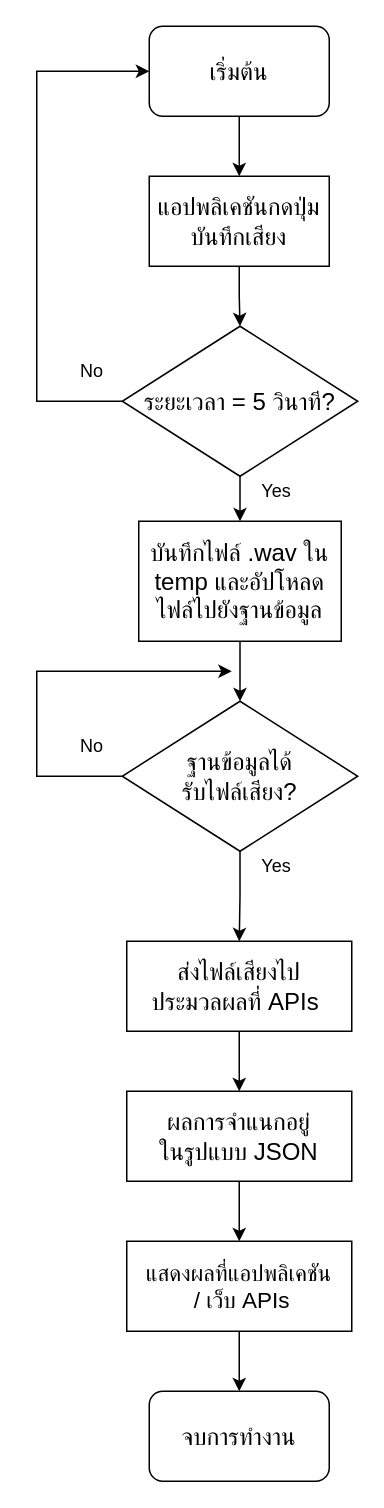
The draw.io diagram app_flow.drawio in KENGKKUN/test_python, before the edit. Source tidied: cells renumbered, new cells numbered last; positions are measured from the earlier drawing's top-left corner, leaving out a move shared by most shapes. Both pictures are drawn from the tidied source at 150%, with x=0, y=0 at pixel (36, 26).
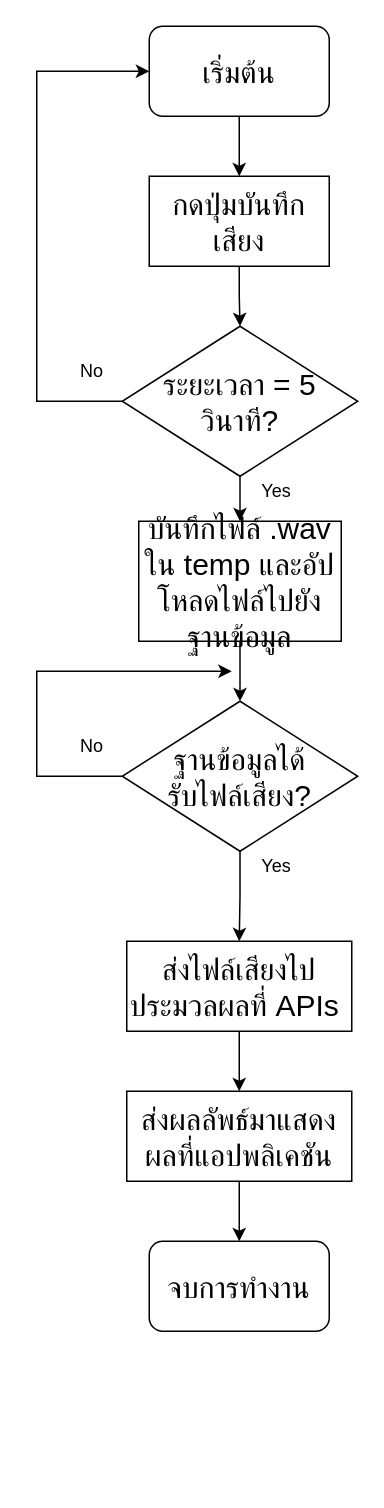
The same page after the edit.

Diff of the diagram source:
```diff
@@
-    <mxCell id="3" value="&lt;font face=&quot;TH Sarabun New&quot; style=&quot;font-size: 16px&quot;&gt;เริ่มต้น&lt;/font&gt;" style="rounded=1;whiteSpace=wrap;html=1;" parent="1" vertex="1">
+    <mxCell id="3" value="&lt;font face=&quot;TH Sarabun New&quot; style=&quot;font-size: 20px&quot;&gt;เริ่มต้น&lt;/font&gt;" style="rounded=1;whiteSpace=wrap;html=1;" parent="1" vertex="1">
       <mxGeometry x="75" width="120" height="60" as="geometry" />
     </mxCell>
@@
-    <mxCell id="5" value="&lt;font face=&quot;TH Sarabun New&quot; style=&quot;font-size: 16px&quot;&gt;แอปพลิเคชันกดปุ่มบันทึกเสียง&lt;/font&gt;" style="rounded=0;whiteSpace=wrap;html=1;" parent="1" vertex="1">
+    <mxCell id="5" value="&lt;font face=&quot;TH Sarabun New&quot; style=&quot;font-size: 20px&quot;&gt;กดปุ่มบันทึกเสียง&lt;/font&gt;" style="rounded=0;whiteSpace=wrap;html=1;" parent="1" vertex="1">
       <mxGeometry x="75" y="100" width="120" height="60" as="geometry" />
     </mxCell>
@@
-    <mxCell id="8" value="&lt;font face=&quot;TH Sarabun New&quot; style=&quot;font-size: 16px&quot;&gt;ระยะเวลา = 5 วินาที?&lt;/font&gt;" style="rhombus;whiteSpace=wrap;html=1;" parent="1" vertex="1">
+    <mxCell id="8" value="&lt;font face=&quot;TH Sarabun New&quot; style=&quot;font-size: 20px&quot;&gt;ระยะเวลา = 5 วินาที?&lt;/font&gt;" style="rhombus;whiteSpace=wrap;html=1;" parent="1" vertex="1">
       <mxGeometry x="57" y="200" width="157" height="100" as="geometry" />
     </mxCell>
@@
-    <mxCell id="11" value="&lt;span style=&quot;font-family: &amp;#34;th sarabun new&amp;#34;&quot;&gt;&lt;font style=&quot;font-size: 16px&quot;&gt;บันทึกไฟล์ .wav ใน temp และอัปโหลดไฟล์ไปยังฐานข้อมูล&lt;/font&gt;&lt;/span&gt;" style="rounded=0;whiteSpace=wrap;html=1;" parent="1" vertex="1">
+    <mxCell id="11" value="&lt;span style=&quot;font-family: &amp;#34;th sarabun new&amp;#34;&quot;&gt;&lt;font style=&quot;font-size: 20px&quot;&gt;บันทึกไฟล์ .wav ใน temp และอัปโหลดไฟล์ไปยังฐานข้อมูล&lt;/font&gt;&lt;/span&gt;" style="rounded=0;whiteSpace=wrap;html=1;" parent="1" vertex="1">
       <mxGeometry x="68" y="330" width="135" height="80" as="geometry" />
     </mxCell>
@@
-    <mxCell id="15" value="&lt;font face=&quot;TH Sarabun New&quot; style=&quot;font-size: 16px&quot;&gt;ฐานข้อมูลได้&lt;br&gt;รับไฟล์เสียง?&lt;/font&gt;" style="rhombus;whiteSpace=wrap;html=1;" parent="1" vertex="1">
+    <mxCell id="15" value="&lt;font face=&quot;TH Sarabun New&quot; style=&quot;font-size: 20px&quot;&gt;ฐานข้อมูลได้&lt;br&gt;รับไฟล์เสียง?&lt;/font&gt;" style="rhombus;whiteSpace=wrap;html=1;" parent="1" vertex="1">
       <mxGeometry x="57" y="450" width="157" height="100" as="geometry" />
     </mxCell>
@@
-    <mxCell id="18" style="edgeStyle=orthogonalEdgeStyle;rounded=0;jettySize=auto;html=1;exitX=0.5;exitY=1;exitDx=0;exitDy=0;entryX=0.5;entryY=0;entryDx=0;entryDy=0;" parent="1" edge="1" source="19" target="21">
-      <mxGeometry relative="1" as="geometry" />
+    <mxCell id="18" style="edgeStyle=orthogonalEdgeStyle;rounded=0;jettySize=auto;html=1;exitX=0.5;exitY=1;exitDx=0;exitDy=0;entryX=0.5;entryY=0;entryDx=0;entryDy=0;" parent="1" edge="1" source="19">
+      <mxGeometry relative="1" as="geometry">
+        <mxPoint x="135" y="710" as="targetPoint" />
+      </mxGeometry>
     </mxCell>
-    <mxCell id="19" value="&lt;font face=&quot;TH Sarabun New&quot; style=&quot;font-size: 16px&quot;&gt;ส่งไฟล์เสียงไป&lt;br&gt;ประมวลผลที่ APIs&amp;nbsp;&lt;/font&gt;" style="rounded=0;whiteSpace=wrap;html=1;" parent="1" vertex="1">
+    <mxCell id="19" value="&lt;font face=&quot;TH Sarabun New&quot; style=&quot;font-size: 20px&quot;&gt;ส่งไฟล์เสียงไป&lt;br&gt;ประมวลผลที่ APIs&amp;nbsp;&lt;/font&gt;" style="rounded=0;whiteSpace=wrap;html=1;" parent="1" vertex="1">
       <mxGeometry x="60" y="610" width="150" height="60" as="geometry" />
     </mxCell>
-    <mxCell id="20" style="edgeStyle=orthogonalEdgeStyle;rounded=0;jettySize=auto;html=1;exitX=0.5;exitY=1;exitDx=0;exitDy=0;entryX=0.5;entryY=0;entryDx=0;entryDy=0;" parent="1" edge="1" source="21" target="23">
-      <mxGeometry relative="1" as="geometry" />
-    </mxCell>
-    <mxCell id="21" value="&lt;font face=&quot;TH Sarabun New&quot; style=&quot;font-size: 16px&quot;&gt;ผลการจำแนกอยู่&lt;br&gt;ในรูปแบบ JSON&lt;/font&gt;" style="rounded=0;whiteSpace=wrap;html=1;" parent="1" vertex="1">
-      <mxGeometry x="60" y="710" width="150" height="60" as="geometry" />
-    </mxCell>
@@
-    <mxCell id="23" value="&lt;font face=&quot;TH Sarabun New&quot; style=&quot;font-size: 15px&quot;&gt;แสดงผลที่แอปพลิเคชัน&lt;br&gt;&amp;nbsp;/ เว็บ APIs&lt;/font&gt;" style="rounded=0;whiteSpace=wrap;html=1;" parent="1" vertex="1">
-      <mxGeometry x="60" y="810" width="150" height="60" as="geometry" />
+    <mxCell id="23" value="&lt;font face=&quot;TH Sarabun New&quot; style=&quot;font-size: 20px&quot;&gt;ส่งผลลัพธ์มาแสดงผลที่แอปพลิเคชัน&lt;br&gt;&lt;/font&gt;" style="rounded=0;whiteSpace=wrap;html=1;" parent="1" vertex="1">
+      <mxGeometry x="60" y="710" width="150" height="60" as="geometry" />
     </mxCell>
-    <mxCell id="24" value="&lt;font face=&quot;TH Sarabun New&quot; style=&quot;font-size: 16px&quot;&gt;จบการทำงาน&lt;/font&gt;" style="rounded=1;whiteSpace=wrap;html=1;" parent="1" vertex="1">
-      <mxGeometry x="75" y="910" width="120" height="60" as="geometry" />
+    <mxCell id="24" value="&lt;font face=&quot;TH Sarabun New&quot; style=&quot;font-size: 20px&quot;&gt;จบการทำงาน&lt;/font&gt;" style="rounded=1;whiteSpace=wrap;html=1;" parent="1" vertex="1">
+      <mxGeometry x="75" y="810" width="120" height="60" as="geometry" />
     </mxCell>
```
